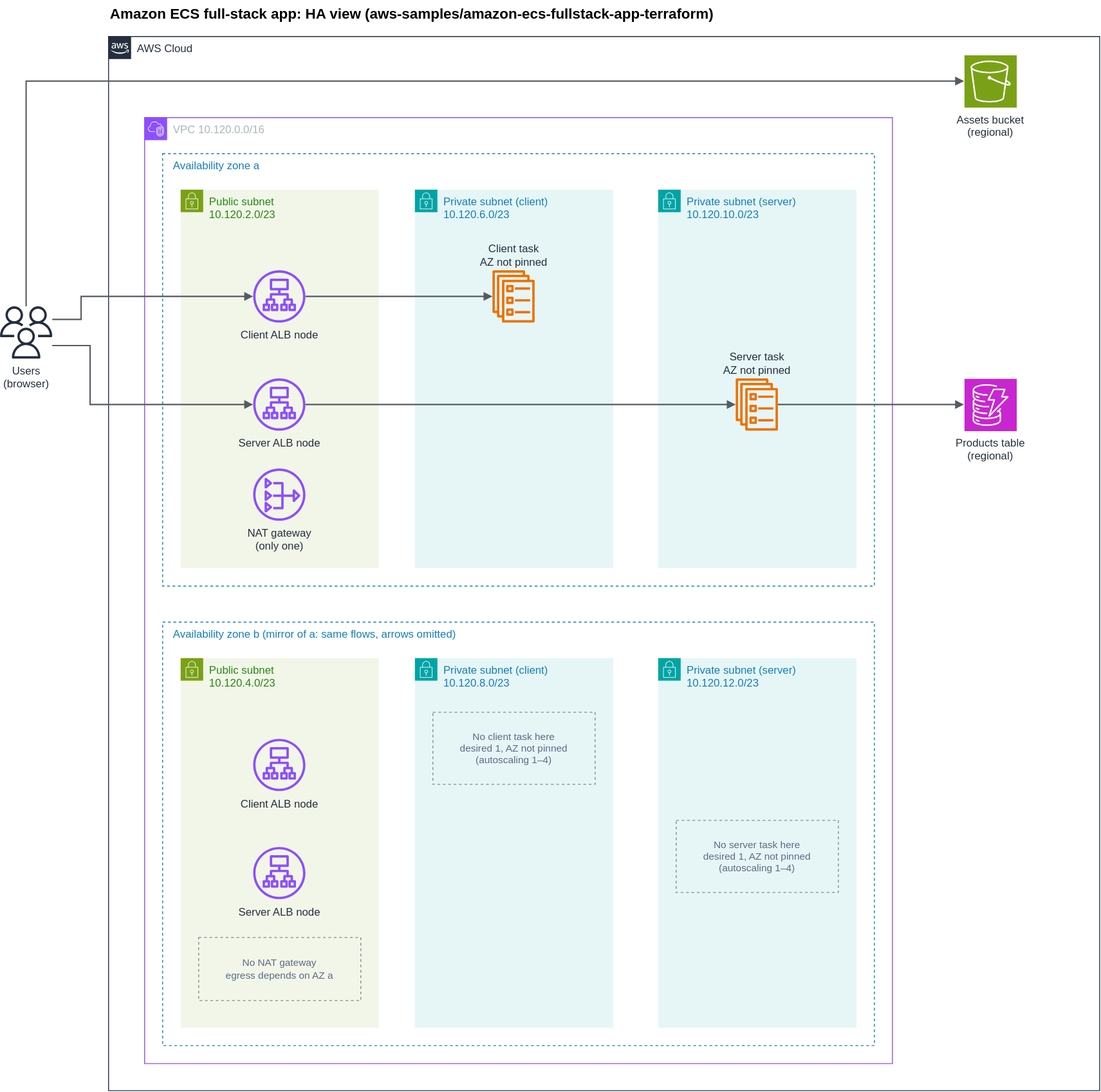
tttingzhang999/aws-diagram keeps this draw.io diagram as examples/ecs-fullstack/ecs-fullstack-ha.drawio.svg. Above is the earlier version. Source tidied: cells renumbered, new cells last; positions are measured from the earlier drawing's top-left corner, leaving out a move shared by most shapes.
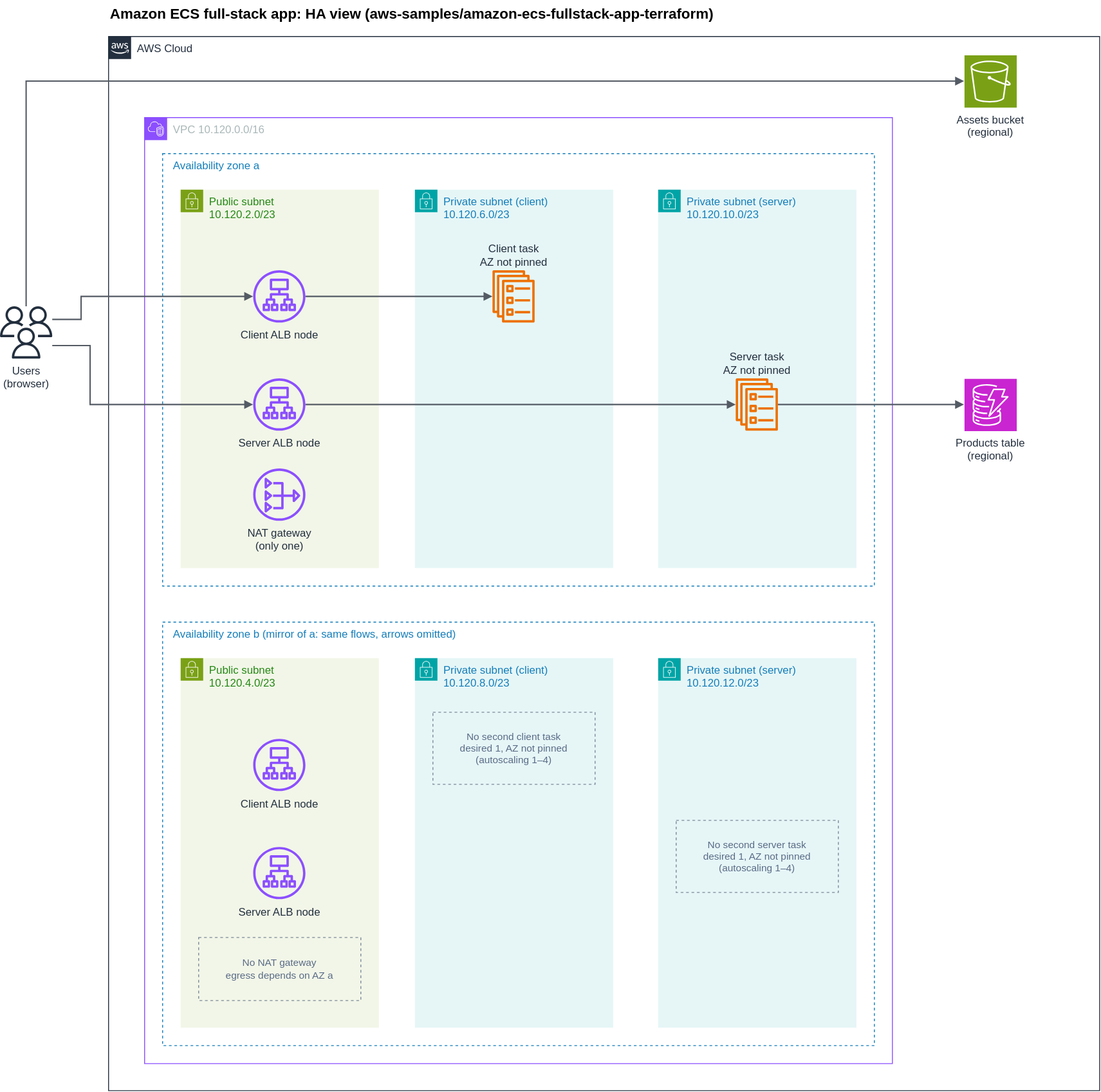
Later version of the same file.

What changed in the source:
```diff
@@ -62,13 +62,13 @@
     <mxCell id="21" value="Private subnet (client)&lt;br&gt;10.120.8.0/23" style="gradientColor=none;html=1;whiteSpace=wrap;fontSize=12;fontStyle=0;shape=mxgraph.aws4.group;verticalAlign=top;align=left;spacingLeft=30;grIcon=mxgraph.aws4.group_security_group;grStroke=0;strokeColor=#00A4A6;fillColor=#E6F6F7;fontColor=#147EBA;dashed=0;" parent="16" vertex="1">
       <mxGeometry x="280" y="40" width="220" height="410" as="geometry" />
     </mxCell>
-    <mxCell id="22" value="No client task here&lt;br&gt;desired 1, AZ not pinned&lt;br&gt;(autoscaling 1–4)" style="rounded=0;dashed=1;fillColor=none;strokeColor=#7D8998;fontColor=#5A6B86;fontSize=11;html=1;whiteSpace=wrap;" parent="21" vertex="1">
+    <mxCell id="22" value="No second client task&lt;br&gt;desired 1, AZ not pinned&lt;br&gt;(autoscaling 1–4)" style="rounded=0;dashed=1;fillColor=none;strokeColor=#7D8998;fontColor=#5A6B86;fontSize=11;html=1;whiteSpace=wrap;" parent="21" vertex="1">
       <mxGeometry x="20" y="60" width="180" height="80" as="geometry" />
     </mxCell>
     <mxCell id="23" value="Private subnet (server)&lt;br&gt;10.120.12.0/23" style="gradientColor=none;html=1;whiteSpace=wrap;fontSize=12;fontStyle=0;shape=mxgraph.aws4.group;verticalAlign=top;align=left;spacingLeft=30;grIcon=mxgraph.aws4.group_security_group;grStroke=0;strokeColor=#00A4A6;fillColor=#E6F6F7;fontColor=#147EBA;dashed=0;" parent="16" vertex="1">
       <mxGeometry x="550" y="40" width="220" height="410" as="geometry" />
     </mxCell>
-    <mxCell id="24" value="No server task here&lt;br&gt;desired 1, AZ not pinned&lt;br&gt;(autoscaling 1–4)" style="rounded=0;dashed=1;fillColor=none;strokeColor=#7D8998;fontColor=#5A6B86;fontSize=11;html=1;whiteSpace=wrap;" parent="23" vertex="1">
+    <mxCell id="24" value="No second server task&lt;br&gt;desired 1, AZ not pinned&lt;br&gt;(autoscaling 1–4)" style="rounded=0;dashed=1;fillColor=none;strokeColor=#7D8998;fontColor=#5A6B86;fontSize=11;html=1;whiteSpace=wrap;" parent="23" vertex="1">
       <mxGeometry x="20" y="180" width="180" height="80" as="geometry" />
     </mxCell>
     <mxCell id="25" value="Assets bucket&lt;br&gt;(regional)" style="shape=mxgraph.aws4.resourceIcon;resIcon=mxgraph.aws4.s3;fillColor=#7AA116;strokeColor=#ffffff;verticalLabelPosition=bottom;verticalAlign=top;align=center;html=1;whiteSpace=wrap;fontSize=12;fontColor=#232F3E;labelWidth=150;" parent="3" vertex="1">
```
